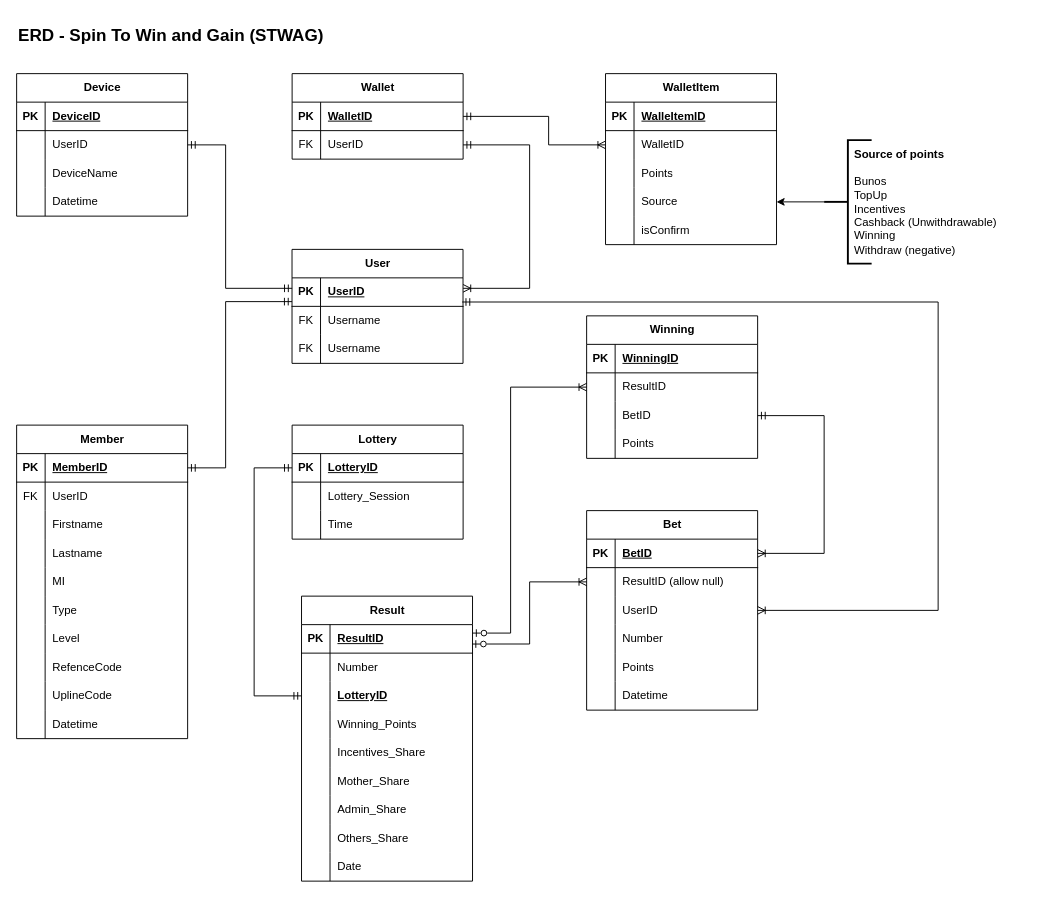
Before: STWAG.drawio in ediangca/STWAG, a draw.io diagram. Source tidied: cells renumbered, new cells numbered last; positions are measured from the earlier drawing's top-left corner, leaving out a move shared by most shapes. Both pictures are drawn from the tidied source at 95%, with x=0, y=0 at pixel (16, 16).
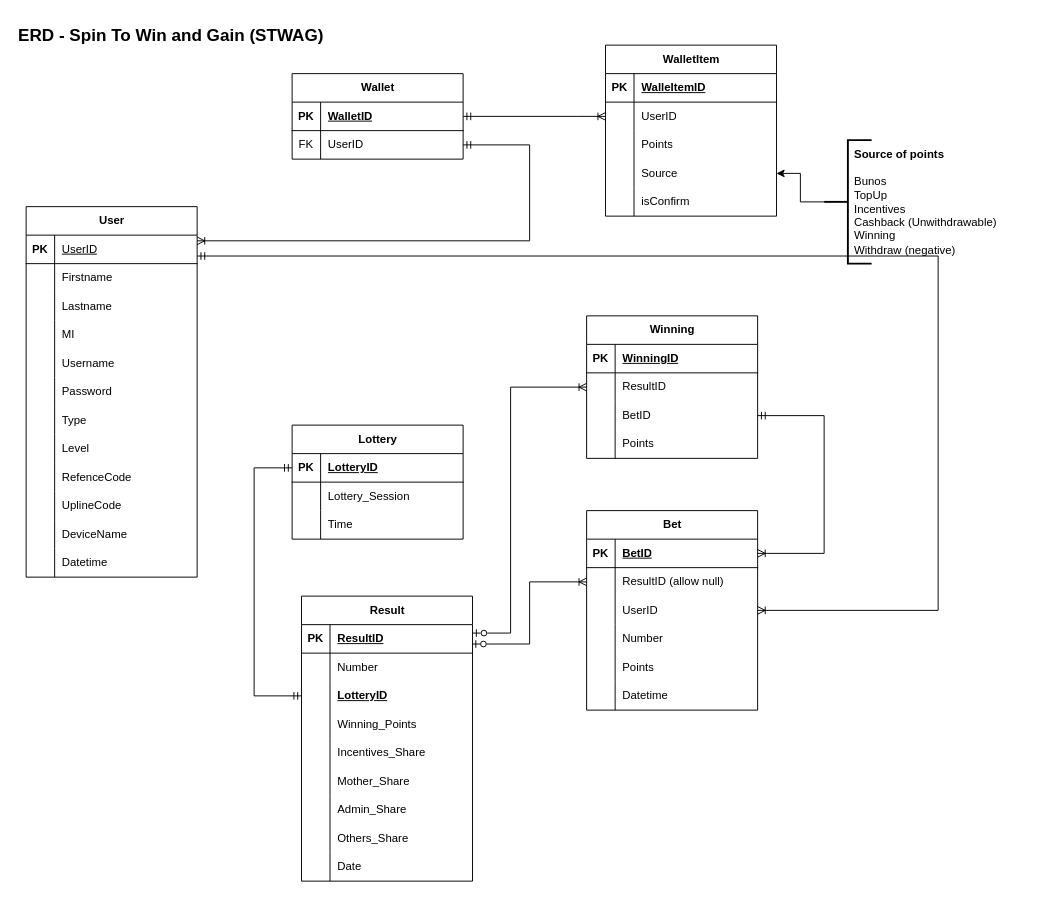
The same page after the edit.

Commit message:
Combine Device and Member to User.drawio

Unchanged cells that the change refers to:
```xml
<mxCell id="6" style="shape=tableRow;horizontal=0;startSize=0;swimlaneHead=0;swimlaneBody=0;fillColor=none;points=[[0,0.5],[1,0.5]];portConstraint=eastwest;top=0;left=0;right=0;bottom=0;" parent="2" vertex="1">
  <mxGeometry y="60" width="180" height="30" as="geometry" />
</mxCell>
<mxCell id="31" style="shape=tableRow;horizontal=0;startSize=0;swimlaneHead=0;swimlaneBody=0;fillColor=none;points=[[0,0.5],[1,0.5]];portConstraint=eastwest;top=0;left=0;right=0;bottom=1;" parent="30" vertex="1">
  <mxGeometry y="30" width="180" height="30" as="geometry" />
</mxCell>
<mxCell id="34" style="shape=tableRow;horizontal=0;startSize=0;swimlaneHead=0;swimlaneBody=0;fillColor=none;points=[[0,0.5],[1,0.5]];portConstraint=eastwest;top=0;left=0;right=0;bottom=0;" parent="30" vertex="1">
  <mxGeometry y="60" width="180" height="30" as="geometry" />
</mxCell>
<mxCell id="57" style="shape=tableRow;horizontal=0;startSize=0;swimlaneHead=0;swimlaneBody=0;fillColor=none;points=[[0,0.5],[1,0.5]];portConstraint=eastwest;top=0;left=0;right=0;bottom=1;" parent="56" vertex="1">
  <mxGeometry y="30" width="180" height="30" as="geometry" />
</mxCell>
<mxCell id="60" style="shape=tableRow;horizontal=0;startSize=0;swimlaneHead=0;swimlaneBody=0;fillColor=none;top=0;left=0;right=0;bottom=0;" parent="56" vertex="1">
  <mxGeometry y="60" width="180" height="30" as="geometry" />
</mxCell>
<mxCell id="147" style="shape=tableRow;horizontal=0;startSize=0;swimlaneHead=0;swimlaneBody=0;fillColor=none;points=[[0,0.5],[1,0.5]];portConstraint=eastwest;top=0;left=0;right=0;bottom=0;" parent="140" vertex="1">
  <mxGeometry y="90" width="180" height="30" as="geometry" />
</mxCell>
```

What changed in the source:
```diff
@@
     <mxCell id="2" value="WalletItem" style="shape=table;startSize=30;childLayout=tableLayout;rowLines=0;fontStyle=1;align=center;html=1;" parent="1" vertex="1">
-      <mxGeometry x="619.9" y="60" width="180" height="180" as="geometry" />
+      <mxGeometry x="619.9" y="30" width="180" height="180" as="geometry" />
     </mxCell>
@@
-    <mxCell id="8" value="WalletID" style="shape=partialRectangle;fillColor=none;top=0;left=0;bottom=0;right=0;align=left;spacingLeft=6;overflow=hidden;whiteSpace=wrap;html=1;" parent="6" vertex="1">
+    <mxCell id="8" value="UserID" style="shape=partialRectangle;fillColor=none;top=0;left=0;bottom=0;right=0;align=left;spacingLeft=6;overflow=hidden;whiteSpace=wrap;html=1;" parent="6" vertex="1">
       <mxGeometry x="30" width="150" height="30" as="geometry" />
     </mxCell>
@@
-    <mxCell id="18" value="User" style="shape=table;startSize=30;childLayout=tableLayout;rowLines=0;fontStyle=1;align=center;html=1;" parent="1" vertex="1">
-      <mxGeometry x="289.9" y="245" width="180" height="120" as="geometry" />
-    </mxCell>
-    <mxCell id="19" style="shape=tableRow;horizontal=0;startSize=0;swimlaneHead=0;swimlaneBody=0;fillColor=none;points=[[0,0.5],[1,0.5]];portConstraint=eastwest;top=0;left=0;right=0;bottom=1;" parent="18" vertex="1">
-      <mxGeometry y="30" width="180" height="30" as="geometry" />
-    </mxCell>
-    <mxCell id="20" value="PK" style="shape=partialRectangle;fillColor=none;top=0;left=0;bottom=0;right=0;fontStyle=1;overflow=hidden;whiteSpace=wrap;html=1;" parent="19" vertex="1">
-      <mxGeometry width="30" height="30" as="geometry" />
-    </mxCell>
-    <mxCell id="21" value="UserID" style="shape=partialRectangle;fillColor=none;top=0;left=0;bottom=0;right=0;align=left;spacingLeft=6;fontStyle=5;overflow=hidden;whiteSpace=wrap;html=1;" parent="19" vertex="1">
-      <mxGeometry x="30" width="150" height="30" as="geometry" />
-    </mxCell>
-    <mxCell id="22" style="shape=tableRow;horizontal=0;startSize=0;swimlaneHead=0;swimlaneBody=0;fillColor=none;top=0;left=0;right=0;bottom=0;" parent="18" vertex="1">
-      <mxGeometry y="60" width="180" height="30" as="geometry" />
-    </mxCell>
-    <mxCell id="23" value="FK" style="shape=partialRectangle;fillColor=none;top=0;left=0;bottom=0;right=0;overflow=hidden;whiteSpace=wrap;html=1;" parent="22" vertex="1">
-      <mxGeometry width="30" height="30" as="geometry" />
-    </mxCell>
-    <mxCell id="24" value="Username" style="shape=partialRectangle;fillColor=none;top=0;left=0;bottom=0;right=0;align=left;spacingLeft=6;overflow=hidden;whiteSpace=wrap;html=1;" parent="22" vertex="1">
-      <mxGeometry x="30" width="150" height="30" as="geometry" />
-    </mxCell>
-    <mxCell id="25" style="shape=tableRow;horizontal=0;startSize=0;swimlaneHead=0;swimlaneBody=0;fillColor=none;top=0;left=0;right=0;bottom=0;" parent="18" vertex="1">
-      <mxGeometry y="90" width="180" height="30" as="geometry" />
-    </mxCell>
-    <mxCell id="26" value="FK" style="shape=partialRectangle;fillColor=none;top=0;left=0;bottom=0;right=0;overflow=hidden;whiteSpace=wrap;html=1;" parent="25" vertex="1">
-      <mxGeometry width="30" height="30" as="geometry" />
-    </mxCell>
-    <mxCell id="27" value="Username" style="shape=partialRectangle;fillColor=none;top=0;left=0;bottom=0;right=0;align=left;spacingLeft=6;overflow=hidden;whiteSpace=wrap;html=1;" parent="25" vertex="1">
-      <mxGeometry x="30" width="150" height="30" as="geometry" />
-    </mxCell>
     <mxCell id="28" style="edgeStyle=orthogonalEdgeStyle;fontSize=12;html=1;endArrow=ERoneToMany;startArrow=ERmandOne;rounded=0;fontFamily=Helvetica;fontColor=default;fontStyle=1;exitX=1;exitY=0.5;exitDx=0;exitDy=0;entryX=0;entryY=0.5;entryDx=0;entryDy=0;endFill=0;startFill=0;" parent="1" edge="1" source="31" target="6">
       <mxGeometry relative="1" as="geometry">
         <Array as="points">
-          <mxPoint x="560" y="105" />
-          <mxPoint x="560" y="135" />
+          <mxPoint x="590" y="105" />
+          <mxPoint x="590" y="105" />
         </Array>
       </mxGeometry>
     </mxCell>
-    <mxCell id="29" style="edgeStyle=orthogonalEdgeStyle;fontSize=12;html=1;endArrow=ERmandOne;startArrow=ERmandOne;rounded=0;fontFamily=Helvetica;fontColor=default;fontStyle=1;endFill=0;entryX=1;entryY=0.5;entryDx=0;entryDy=0;" parent="1" edge="1" source="19" target="57">
-      <mxGeometry relative="1" as="geometry">
-        <Array as="points">
-          <mxPoint x="220" y="300" />
-          <mxPoint x="220" y="475" />
-        </Array>
-      </mxGeometry>
-    </mxCell>
@@
-    <mxCell id="37" style="edgeStyle=orthogonalEdgeStyle;fontSize=12;html=1;endArrow=ERoneToMany;startArrow=ERmandOne;rounded=0;fontFamily=Helvetica;fontColor=default;fontStyle=1;exitX=1;exitY=0.5;exitDx=0;exitDy=0;endFill=0;startFill=0;" parent="1" edge="1" source="34">
+    <mxCell id="37" style="edgeStyle=orthogonalEdgeStyle;fontSize=12;html=1;endArrow=ERoneToMany;startArrow=ERmandOne;rounded=0;fontFamily=Helvetica;fontColor=default;fontStyle=1;exitX=1;exitY=0.5;exitDx=0;exitDy=0;endFill=0;startFill=0;" parent="1" edge="1" source="34" target="57">
       <mxGeometry relative="1" as="geometry">
-        <mxPoint x="470" y="286" as="targetPoint" />
         <Array as="points">
           <mxPoint x="540" y="135" />
-          <mxPoint x="540" y="286" />
+          <mxPoint x="540" y="236" />
         </Array>
       </mxGeometry>
     </mxCell>
-    <mxCell id="38" value="Device" style="shape=table;startSize=30;childLayout=tableLayout;rowLines=0;fontStyle=1;align=center;html=1;" parent="1" vertex="1">
-      <mxGeometry y="60" width="180" height="150" as="geometry" />
-    </mxCell>
-    <mxCell id="39" style="shape=tableRow;horizontal=0;startSize=0;swimlaneHead=0;swimlaneBody=0;fillColor=none;top=0;left=0;right=0;bottom=1;" parent="38" vertex="1">
-      <mxGeometry y="30" width="180" height="30" as="geometry" />
-    </mxCell>
-    <mxCell id="40" value="PK" style="shape=partialRectangle;fillColor=none;top=0;left=0;bottom=0;right=0;fontStyle=1;overflow=hidden;whiteSpace=wrap;html=1;" parent="39" vertex="1">
-      <mxGeometry width="30" height="30" as="geometry" />
-    </mxCell>
-    <mxCell id="41" value="DeviceID" style="shape=partialRectangle;fillColor=none;top=0;left=0;bottom=0;right=0;align=left;spacingLeft=6;fontStyle=5;overflow=hidden;whiteSpace=wrap;html=1;" parent="39" vertex="1">
-      <mxGeometry x="30" width="150" height="30" as="geometry" />
-    </mxCell>
-    <mxCell id="42" style="shape=tableRow;horizontal=0;startSize=0;swimlaneHead=0;swimlaneBody=0;fillColor=none;points=[[0,0.5],[1,0.5]];portConstraint=eastwest;top=0;left=0;right=0;bottom=0;" parent="38" vertex="1">
-      <mxGeometry y="60" width="180" height="30" as="geometry" />
-    </mxCell>
-    <mxCell id="43" style="shape=partialRectangle;fillColor=none;top=0;left=0;bottom=0;right=0;overflow=hidden;whiteSpace=wrap;html=1;" parent="42" vertex="1">
-      <mxGeometry width="30" height="30" as="geometry" />
-    </mxCell>
-    <mxCell id="44" value="UserID" style="shape=partialRectangle;fillColor=none;top=0;left=0;bottom=0;right=0;align=left;spacingLeft=6;overflow=hidden;whiteSpace=wrap;html=1;" parent="42" vertex="1">
-      <mxGeometry x="30" width="150" height="30" as="geometry" />
-    </mxCell>
-    <mxCell id="45" style="shape=tableRow;horizontal=0;startSize=0;swimlaneHead=0;swimlaneBody=0;fillColor=none;top=0;left=0;right=0;bottom=0;" parent="38" vertex="1">
-      <mxGeometry y="90" width="180" height="30" as="geometry" />
-    </mxCell>
-    <mxCell id="46" style="shape=partialRectangle;fillColor=none;top=0;left=0;bottom=0;right=0;overflow=hidden;whiteSpace=wrap;html=1;" parent="45" vertex="1">
-      <mxGeometry width="30" height="30" as="geometry" />
-    </mxCell>
-    <mxCell id="47" value="DeviceName" style="shape=partialRectangle;fillColor=none;top=0;left=0;bottom=0;right=0;align=left;spacingLeft=6;overflow=hidden;whiteSpace=wrap;html=1;" parent="45" vertex="1">
-      <mxGeometry x="30" width="150" height="30" as="geometry" />
-    </mxCell>
-    <mxCell id="48" style="shape=tableRow;horizontal=0;startSize=0;swimlaneHead=0;swimlaneBody=0;fillColor=none;top=0;left=0;right=0;bottom=0;" parent="38" vertex="1">
-      <mxGeometry y="120" width="180" height="30" as="geometry" />
-    </mxCell>
-    <mxCell id="49" style="shape=partialRectangle;fillColor=none;top=0;left=0;bottom=0;right=0;overflow=hidden;whiteSpace=wrap;html=1;" parent="48" vertex="1">
-      <mxGeometry width="30" height="30" as="geometry" />
-    </mxCell>
-    <mxCell id="50" value="Datetime" style="shape=partialRectangle;fillColor=none;top=0;left=0;bottom=0;right=0;align=left;spacingLeft=6;overflow=hidden;whiteSpace=wrap;html=1;" parent="48" vertex="1">
-      <mxGeometry x="30" width="150" height="30" as="geometry" />
-    </mxCell>
-    <mxCell id="51" style="edgeStyle=orthogonalEdgeStyle;fontSize=12;html=1;endArrow=ERmandOne;startArrow=ERmandOne;rounded=0;fontFamily=Helvetica;fontColor=default;fontStyle=1;endFill=0;entryX=1;entryY=0.5;entryDx=0;entryDy=0;" parent="1" edge="1" target="42">
-      <mxGeometry relative="1" as="geometry">
-        <mxPoint x="290" y="286" as="sourcePoint" />
-        <Array as="points">
-          <mxPoint x="220" y="286" />
-          <mxPoint x="220" y="135" />
-        </Array>
-      </mxGeometry>
-    </mxCell>
@@
-    <mxCell id="56" value="Member" style="shape=table;startSize=30;childLayout=tableLayout;rowLines=0;fontStyle=1;align=center;html=1;" parent="1" vertex="1">
-      <mxGeometry y="430" width="180" height="330" as="geometry" />
+    <mxCell id="56" value="User" style="shape=table;startSize=30;childLayout=tableLayout;rowLines=0;fontStyle=1;align=center;html=1;" parent="1" vertex="1">
+      <mxGeometry x="10" y="200" width="180" height="390" as="geometry" />
     </mxCell>
@@
-    <mxCell id="59" value="MemberID" style="shape=partialRectangle;fillColor=none;top=0;left=0;bottom=0;right=0;align=left;spacingLeft=6;fontStyle=5;overflow=hidden;whiteSpace=wrap;html=1;" parent="57" vertex="1">
+    <mxCell id="59" value="&lt;span style=&quot;font-weight: 400;&quot;&gt;UserID&lt;/span&gt;" style="shape=partialRectangle;fillColor=none;top=0;left=0;bottom=0;right=0;align=left;spacingLeft=6;fontStyle=5;overflow=hidden;whiteSpace=wrap;html=1;" parent="57" vertex="1">
       <mxGeometry x="30" width="150" height="30" as="geometry" />
     </mxCell>
@@
-    <mxCell id="61" value="FK" style="shape=partialRectangle;fillColor=none;top=0;left=0;bottom=0;right=0;overflow=hidden;whiteSpace=wrap;html=1;" parent="60" vertex="1">
+    <mxCell id="61" style="shape=partialRectangle;fillColor=none;top=0;left=0;bottom=0;right=0;overflow=hidden;whiteSpace=wrap;html=1;" parent="60" vertex="1">
       <mxGeometry width="30" height="30" as="geometry" />
     </mxCell>
-    <mxCell id="62" value="UserID" style="shape=partialRectangle;fillColor=none;top=0;left=0;bottom=0;right=0;align=left;spacingLeft=6;overflow=hidden;whiteSpace=wrap;html=1;" parent="60" vertex="1">
+    <mxCell id="62" value="Firstname" style="shape=partialRectangle;fillColor=none;top=0;left=0;bottom=0;right=0;align=left;spacingLeft=6;overflow=hidden;whiteSpace=wrap;html=1;" parent="60" vertex="1">
       <mxGeometry x="30" width="150" height="30" as="geometry" />
     </mxCell>
+    <mxCell id="162" style="shape=tableRow;horizontal=0;startSize=0;swimlaneHead=0;swimlaneBody=0;fillColor=none;top=0;left=0;right=0;bottom=0;" parent="56" vertex="1">
+      <mxGeometry y="90" width="180" height="30" as="geometry" />
+    </mxCell>
+    <mxCell id="163" style="shape=partialRectangle;fillColor=none;top=0;left=0;bottom=0;right=0;overflow=hidden;whiteSpace=wrap;html=1;" parent="162" vertex="1">
+      <mxGeometry width="30" height="30" as="geometry" />
+    </mxCell>
+    <mxCell id="164" value="Lastname" style="shape=partialRectangle;fillColor=none;top=0;left=0;bottom=0;right=0;align=left;spacingLeft=6;overflow=hidden;whiteSpace=wrap;html=1;" parent="162" vertex="1">
+      <mxGeometry x="30" width="150" height="30" as="geometry" />
+    </mxCell>
     <mxCell id="63" style="shape=tableRow;horizontal=0;startSize=0;swimlaneHead=0;swimlaneBody=0;fillColor=none;top=0;left=0;right=0;bottom=0;" parent="56" vertex="1">
-      <mxGeometry y="90" width="180" height="30" as="geometry" />
+      <mxGeometry y="120" width="180" height="30" as="geometry" />
     </mxCell>
@@
-    <mxCell id="65" value="Firstname" style="shape=partialRectangle;fillColor=none;top=0;left=0;bottom=0;right=0;align=left;spacingLeft=6;overflow=hidden;whiteSpace=wrap;html=1;" parent="63" vertex="1">
+    <mxCell id="65" value="MI" style="shape=partialRectangle;fillColor=none;top=0;left=0;bottom=0;right=0;align=left;spacingLeft=6;overflow=hidden;whiteSpace=wrap;html=1;" parent="63" vertex="1">
       <mxGeometry x="30" width="150" height="30" as="geometry" />
     </mxCell>
     <mxCell id="66" style="shape=tableRow;horizontal=0;startSize=0;swimlaneHead=0;swimlaneBody=0;fillColor=none;top=0;left=0;right=0;bottom=0;" parent="56" vertex="1">
-      <mxGeometry y="120" width="180" height="30" as="geometry" />
+      <mxGeometry y="150" width="180" height="30" as="geometry" />
     </mxCell>
@@
-    <mxCell id="68" value="Lastname" style="shape=partialRectangle;fillColor=none;top=0;left=0;bottom=0;right=0;align=left;spacingLeft=6;overflow=hidden;whiteSpace=wrap;html=1;" parent="66" vertex="1">
+    <mxCell id="68" value="Username" style="shape=partialRectangle;fillColor=none;top=0;left=0;bottom=0;right=0;align=left;spacingLeft=6;overflow=hidden;whiteSpace=wrap;html=1;" parent="66" vertex="1">
       <mxGeometry x="30" width="150" height="30" as="geometry" />
     </mxCell>
     <mxCell id="69" style="shape=tableRow;horizontal=0;startSize=0;swimlaneHead=0;swimlaneBody=0;fillColor=none;top=0;left=0;right=0;bottom=0;" parent="56" vertex="1">
-      <mxGeometry y="150" width="180" height="30" as="geometry" />
+      <mxGeometry y="180" width="180" height="30" as="geometry" />
     </mxCell>
@@
-    <mxCell id="71" value="MI" style="shape=partialRectangle;fillColor=none;top=0;left=0;bottom=0;right=0;align=left;spacingLeft=6;overflow=hidden;whiteSpace=wrap;html=1;" parent="69" vertex="1">
+    <mxCell id="71" value="Password" style="shape=partialRectangle;fillColor=none;top=0;left=0;bottom=0;right=0;align=left;spacingLeft=6;overflow=hidden;whiteSpace=wrap;html=1;" parent="69" vertex="1">
       <mxGeometry x="30" width="150" height="30" as="geometry" />
     </mxCell>
     <mxCell id="72" style="shape=tableRow;horizontal=0;startSize=0;swimlaneHead=0;swimlaneBody=0;fillColor=none;top=0;left=0;right=0;bottom=0;" parent="56" vertex="1">
-      <mxGeometry y="180" width="180" height="30" as="geometry" />
+      <mxGeometry y="210" width="180" height="30" as="geometry" />
     </mxCell>
@@
     <mxCell id="75" style="shape=tableRow;horizontal=0;startSize=0;swimlaneHead=0;swimlaneBody=0;fillColor=none;top=0;left=0;right=0;bottom=0;" parent="56" vertex="1">
-      <mxGeometry y="210" width="180" height="30" as="geometry" />
+      <mxGeometry y="240" width="180" height="30" as="geometry" />
     </mxCell>
@@
     <mxCell id="78" style="shape=tableRow;horizontal=0;startSize=0;swimlaneHead=0;swimlaneBody=0;fillColor=none;top=0;left=0;right=0;bottom=0;" parent="56" vertex="1">
-      <mxGeometry y="240" width="180" height="30" as="geometry" />
+      <mxGeometry y="270" width="180" height="30" as="geometry" />
     </mxCell>
@@
     <mxCell id="81" style="shape=tableRow;horizontal=0;startSize=0;swimlaneHead=0;swimlaneBody=0;fillColor=none;top=0;left=0;right=0;bottom=0;" parent="56" vertex="1">
-      <mxGeometry y="270" width="180" height="30" as="geometry" />
+      <mxGeometry y="300" width="180" height="30" as="geometry" />
     </mxCell>
@@
+    <mxCell id="165" style="shape=tableRow;horizontal=0;startSize=0;swimlaneHead=0;swimlaneBody=0;fillColor=none;top=0;left=0;right=0;bottom=0;" parent="56" vertex="1">
+      <mxGeometry y="330" width="180" height="30" as="geometry" />
+    </mxCell>
+    <mxCell id="166" style="shape=partialRectangle;fillColor=none;top=0;left=0;bottom=0;right=0;overflow=hidden;whiteSpace=wrap;html=1;" parent="165" vertex="1">
+      <mxGeometry width="30" height="30" as="geometry" />
+    </mxCell>
+    <mxCell id="47" value="DeviceName" style="shape=partialRectangle;fillColor=none;top=0;left=0;bottom=0;right=0;align=left;spacingLeft=6;overflow=hidden;whiteSpace=wrap;html=1;" parent="165" vertex="1">
+      <mxGeometry x="30" width="150" height="30" as="geometry" />
+    </mxCell>
     <mxCell id="84" style="shape=tableRow;horizontal=0;startSize=0;swimlaneHead=0;swimlaneBody=0;fillColor=none;top=0;left=0;right=0;bottom=0;" parent="56" vertex="1">
-      <mxGeometry y="300" width="180" height="30" as="geometry" />
+      <mxGeometry y="360" width="180" height="30" as="geometry" />
     </mxCell>
@@
-    <mxCell id="160" style="edgeStyle=orthogonalEdgeStyle;fontSize=12;html=1;endArrow=ERmandOne;startArrow=ERoneToMany;rounded=0;fontFamily=Helvetica;fontColor=default;fontStyle=1;endFill=0;entryX=0.995;entryY=0.847;entryDx=0;entryDy=0;exitX=1;exitY=0.5;exitDx=0;exitDy=0;startFill=0;entryPerimeter=0;" parent="1" edge="1" source="147" target="19">
+    <mxCell id="160" style="edgeStyle=orthogonalEdgeStyle;fontSize=12;html=1;endArrow=ERmandOne;startArrow=ERoneToMany;rounded=0;fontFamily=Helvetica;fontColor=default;fontStyle=1;endFill=0;exitX=1;exitY=0.5;exitDx=0;exitDy=0;startFill=0;" parent="1" edge="1" source="147" target="57">
       <mxGeometry relative="1" as="geometry">
         <Array as="points">
           <mxPoint x="970" y="625" />
-          <mxPoint x="970" y="300" />
-          <mxPoint x="469" y="300" />
+          <mxPoint x="970" y="252" />
         </Array>
       </mxGeometry>
     </mxCell>
```
